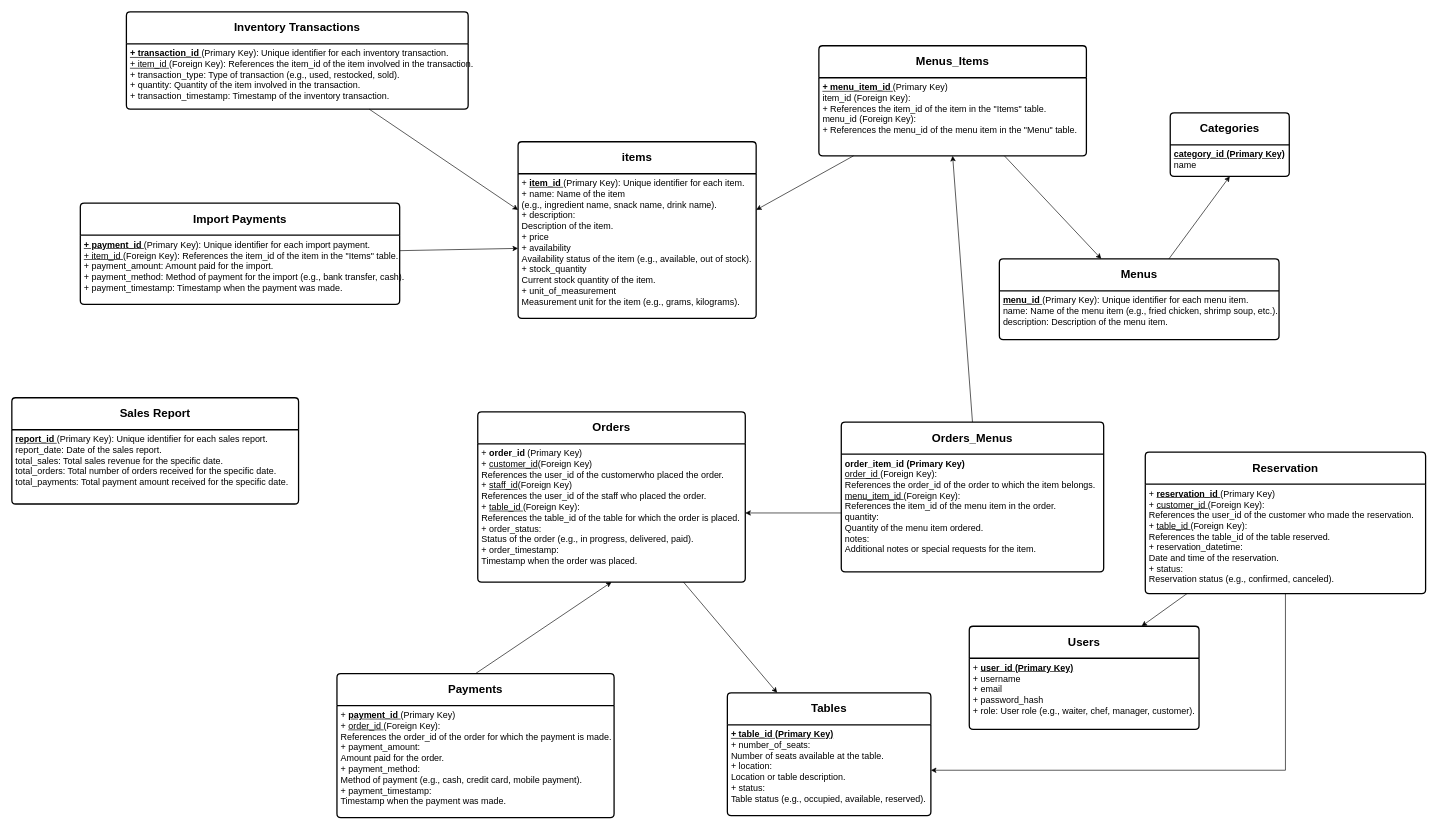
The draw.io diagram page "Trang-1" (1 of 2) of schema.drawio in tonsisouvanh/restaurant-pos-system, before the edit. Source tidied: cells renumbered, new cells numbered last; positions are measured from the earlier drawing's top-left corner, leaving out a move shared by most shapes. Both pictures are drawn from the tidied source at 64%, with x=0, y=0 at pixel (12, 12).
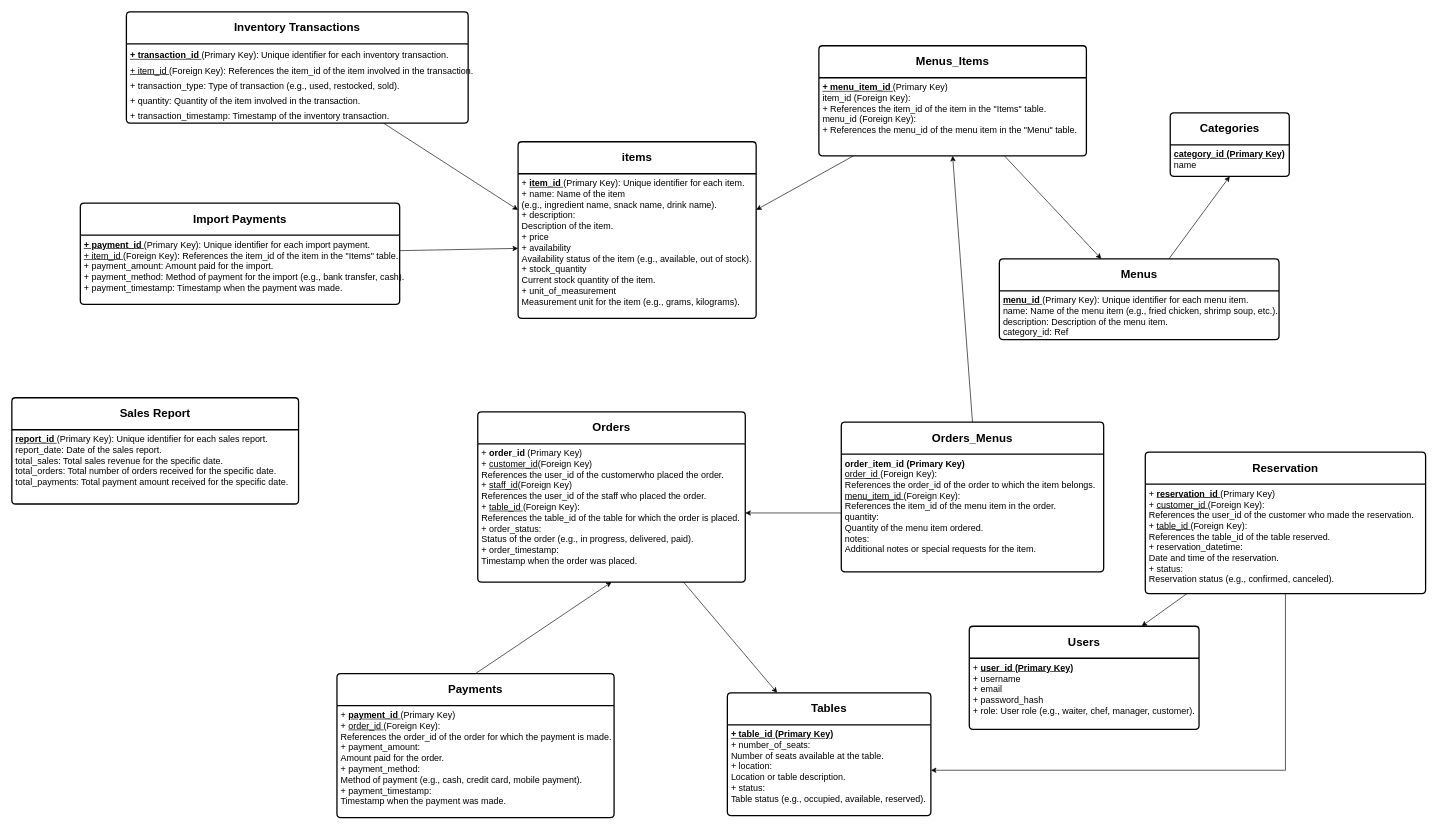
Above is the later version.

The change refers to these unchanged cells:
```xml
<mxCell id="8" value="&lt;b style=&quot;&quot;&gt;&lt;font style=&quot;font-size: 18px;&quot;&gt;Menus&lt;/font&gt;&lt;/b&gt;" style="swimlane;horizontal=1;startSize=50;rounded=1;fontSize=14;fontStyle=0;strokeWidth=2;shadow=0;dashed=0;align=center;arcSize=4;whiteSpace=wrap;html=1;" parent="1" vertex="1">
  <mxGeometry x="1543" y="386" width="437" height="126" as="geometry" />
</mxCell>
```

What changed in the source:
```diff
@@
-    <mxCell id="9" value="&lt;div style=&quot;border-color: var(--border-color); font-size: 14px;&quot;&gt;&lt;div style=&quot;border-color: var(--border-color); font-size: 14px;&quot;&gt;&lt;div style=&quot;border-color: var(--border-color); font-size: 14px;&quot;&gt;&lt;u style=&quot;font-size: 14px;&quot;&gt;&lt;b style=&quot;font-size: 14px;&quot;&gt;menu_id &lt;/b&gt;&lt;/u&gt;(Primary Key): Unique identifier for each menu item.&lt;/div&gt;&lt;div style=&quot;border-color: var(--border-color); font-size: 14px;&quot;&gt;name: Name of the menu item (e.g., fried chicken, shrimp soup, etc.).&lt;/div&gt;&lt;div style=&quot;border-color: var(--border-color); font-size: 14px;&quot;&gt;description: Description of the menu item.&lt;/div&gt;&lt;/div&gt;&lt;/div&gt;" style="align=left;strokeColor=none;fillColor=none;spacingLeft=4;fontSize=14;verticalAlign=top;html=1;" parent="8" vertex="1">
+    <mxCell id="9" value="&lt;div style=&quot;border-color: var(--border-color); font-size: 14px;&quot;&gt;&lt;div style=&quot;border-color: var(--border-color); font-size: 14px;&quot;&gt;&lt;div style=&quot;border-color: var(--border-color); font-size: 14px;&quot;&gt;&lt;u style=&quot;font-size: 14px;&quot;&gt;&lt;b style=&quot;font-size: 14px;&quot;&gt;menu_id &lt;/b&gt;&lt;/u&gt;(Primary Key): Unique identifier for each menu item.&lt;/div&gt;&lt;div style=&quot;border-color: var(--border-color); font-size: 14px;&quot;&gt;name: Name of the menu item (e.g., fried chicken, shrimp soup, etc.).&lt;/div&gt;&lt;div style=&quot;border-color: var(--border-color); font-size: 14px;&quot;&gt;description: Description of the menu item.&lt;/div&gt;&lt;div style=&quot;border-color: var(--border-color); font-size: 14px;&quot;&gt;category_id: Ref&lt;/div&gt;&lt;/div&gt;&lt;/div&gt;" style="align=left;strokeColor=none;fillColor=none;spacingLeft=4;fontSize=14;verticalAlign=top;html=1;" parent="8" vertex="1">
       <mxGeometry y="50" width="437" height="76" as="geometry" />
     </mxCell>
@@
     <mxCell id="32" value="&lt;b style=&quot;&quot;&gt;&lt;font style=&quot;font-size: 18px;&quot;&gt;Inventory&amp;nbsp;Transactions &lt;/font&gt;&lt;/b&gt;" style="swimlane;horizontal=1;startSize=50;rounded=1;fontSize=14;fontStyle=0;strokeWidth=2;shadow=0;dashed=0;align=center;arcSize=4;whiteSpace=wrap;html=1;" parent="1" vertex="1">
-      <mxGeometry x="179" width="534" height="152" as="geometry" />
+      <mxGeometry x="179" width="534" height="174" as="geometry" />
     </mxCell>
-    <mxCell id="33" value="&lt;div style=&quot;border-color: var(--border-color); font-size: 14px;&quot;&gt;&lt;div style=&quot;border-color: var(--border-color); font-size: 14px;&quot;&gt;&lt;div style=&quot;border-color: var(--border-color); font-size: 14px;&quot;&gt;&lt;div style=&quot;border-color: var(--border-color); font-size: 14px;&quot;&gt;&lt;div style=&quot;border-color: var(--border-color); font-size: 14px;&quot;&gt;&lt;u style=&quot;font-size: 14px;&quot;&gt;&lt;b style=&quot;font-size: 14px;&quot;&gt;+ transaction_id &lt;/b&gt;&lt;/u&gt;(Primary Key): Unique identifier for each inventory transaction.&lt;/div&gt;&lt;div style=&quot;border-color: var(--border-color); font-size: 14px;&quot;&gt;&lt;u style=&quot;font-size: 14px;&quot;&gt;+ item_id &lt;/u&gt;(Foreign Key): References the item_id of the item involved in the transaction.&lt;/div&gt;&lt;div style=&quot;border-color: var(--border-color); font-size: 14px;&quot;&gt;+ transaction_type: Type of transaction (e.g., used, restocked, sold).&lt;/div&gt;&lt;div style=&quot;border-color: var(--border-color); font-size: 14px;&quot;&gt;+ quantity: Quantity of the item involved in the transaction.&lt;/div&gt;&lt;div style=&quot;border-color: var(--border-color); font-size: 14px;&quot;&gt;+ transaction_timestamp: Timestamp of the inventory transaction.&lt;/div&gt;&lt;/div&gt;&lt;/div&gt;&lt;/div&gt;&lt;/div&gt;" style="align=left;strokeColor=none;fillColor=none;spacingLeft=4;fontSize=14;verticalAlign=top;html=1;" parent="32" vertex="1">
-      <mxGeometry y="50" width="534" height="102" as="geometry" />
+    <mxCell id="33" value="&lt;div style=&quot;border-color: var(--border-color); font-size: 14px;&quot;&gt;&lt;div style=&quot;border-color: var(--border-color); font-size: 14px;&quot;&gt;&lt;div style=&quot;border-color: var(--border-color); font-size: 14px;&quot;&gt;&lt;div style=&quot;border-color: var(--border-color); font-size: 14px; line-height: 170%;&quot;&gt;&lt;div style=&quot;border-color: var(--border-color); font-size: 14px; line-height: 170%;&quot;&gt;&lt;u style=&quot;font-size: 14px;&quot;&gt;&lt;b style=&quot;font-size: 14px;&quot;&gt;+ transaction_id &lt;/b&gt;&lt;/u&gt;(Primary Key): Unique identifier for each inventory transaction.&lt;/div&gt;&lt;div style=&quot;border-color: var(--border-color); font-size: 14px; line-height: 170%;&quot;&gt;&lt;u style=&quot;font-size: 14px;&quot;&gt;+ item_id &lt;/u&gt;(Foreign Key): References the item_id of the item involved in the transaction.&lt;/div&gt;&lt;div style=&quot;border-color: var(--border-color); font-size: 14px; line-height: 170%;&quot;&gt;+ transaction_type: Type of transaction (e.g., used, restocked, sold).&lt;/div&gt;&lt;div style=&quot;border-color: var(--border-color); font-size: 14px; line-height: 170%;&quot;&gt;+ quantity: Quantity of the item involved in the transaction.&lt;/div&gt;&lt;div style=&quot;border-color: var(--border-color); font-size: 14px; line-height: 170%;&quot;&gt;+ transaction_timestamp: Timestamp of the inventory transaction.&lt;/div&gt;&lt;/div&gt;&lt;/div&gt;&lt;/div&gt;&lt;/div&gt;" style="align=left;strokeColor=none;fillColor=none;spacingLeft=4;fontSize=14;verticalAlign=top;html=1;" parent="32" vertex="1">
+      <mxGeometry y="50" width="534" height="124" as="geometry" />
     </mxCell>
```
